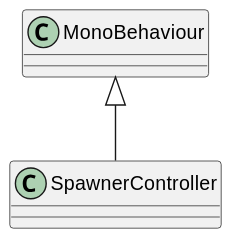
This is UML/Controllers/AIController/SpawnerController.svg from KawinM23/TakeControl, a PlantUML export, as it was before one commit.
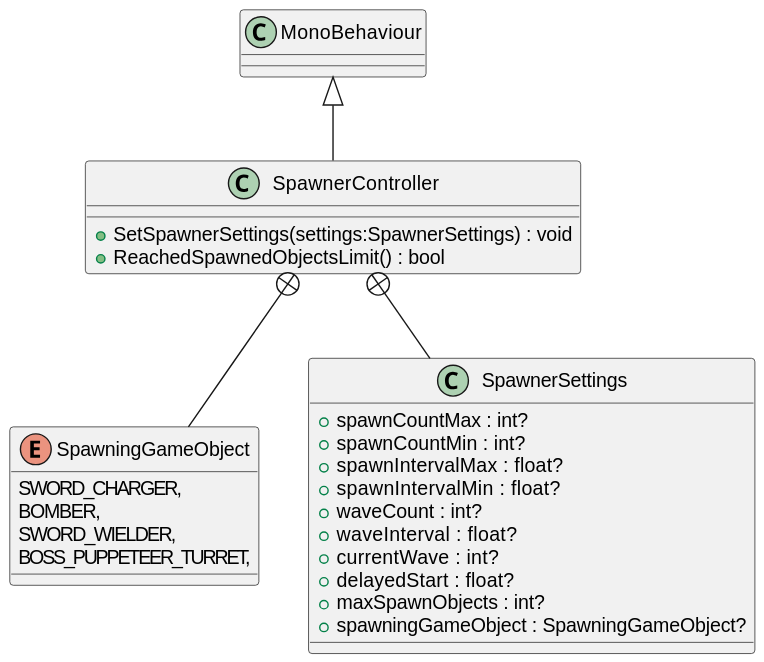
After the commit.

The edit, as a diff of the source:
```diff
@@ -1,5 +1,27 @@
 @startuml
 class SpawnerController {
+    + SetSpawnerSettings(settings:SpawnerSettings) : void
+    + ReachedSpawnedObjectsLimit() : bool
+}
+enum SpawningGameObject {
+    SWORD_CHARGER,
+    BOMBER,
+    SWORD_WIELDER,
+    BOSS_PUPPETEER_TURRET,
+}
+class SpawnerSettings {
+    + spawnCountMax : int?
+    + spawnCountMin : int?
+    + spawnIntervalMax : float?
+    + spawnIntervalMin : float?
+    + waveCount : int?
+    + waveInterval : float?
+    + currentWave : int?
+    + delayedStart : float?
+    + maxSpawnObjects : int?
+    + spawningGameObject : SpawningGameObject?
 }
 MonoBehaviour <|-- SpawnerController
+SpawnerController +-- SpawningGameObject
+SpawnerController +-- SpawnerSettings
 @enduml
```
